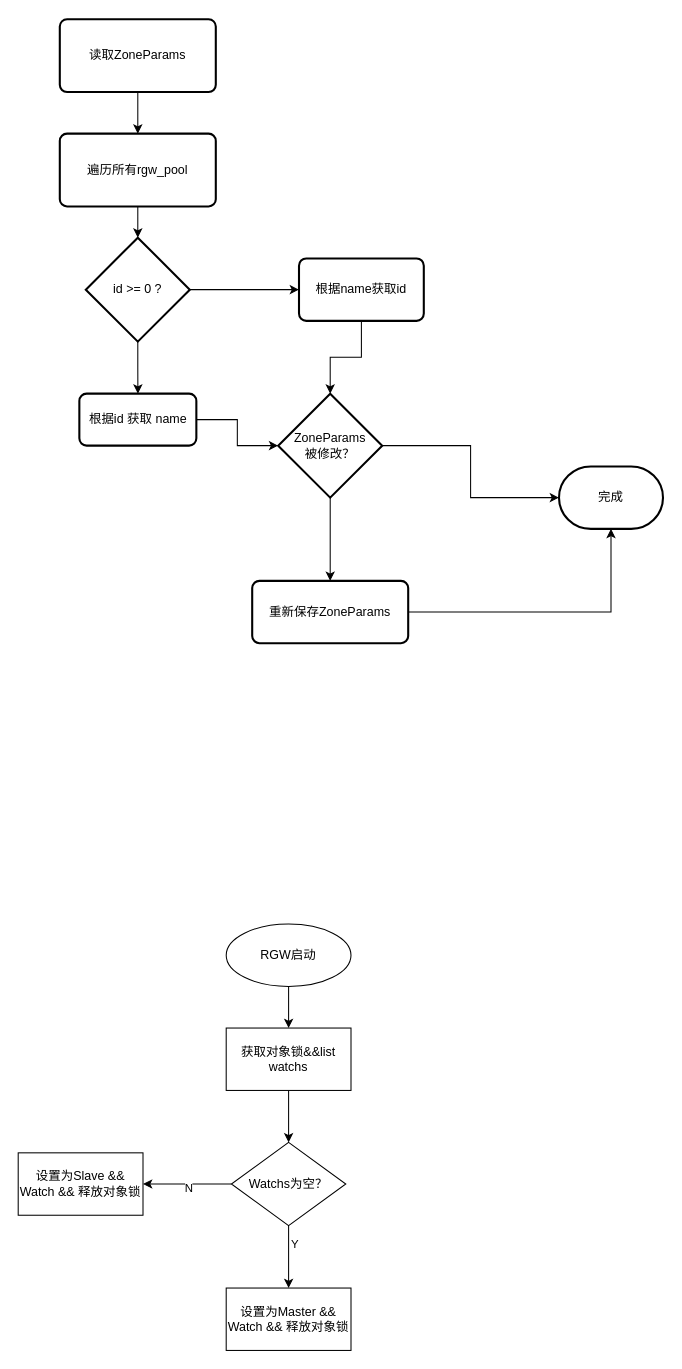
Earlier version of the draw.io diagram page "第 1 页" (1 of 9) of leveldb.drawio (liutimo/images_bed). Source tidied: cells renumbered, new cells numbered last; positions are measured from the earlier drawing's top-left corner, leaving out a move shared by most shapes. Both pictures are drawn from the tidied source at 104%, with x=0, y=0 at pixel (18, 19).
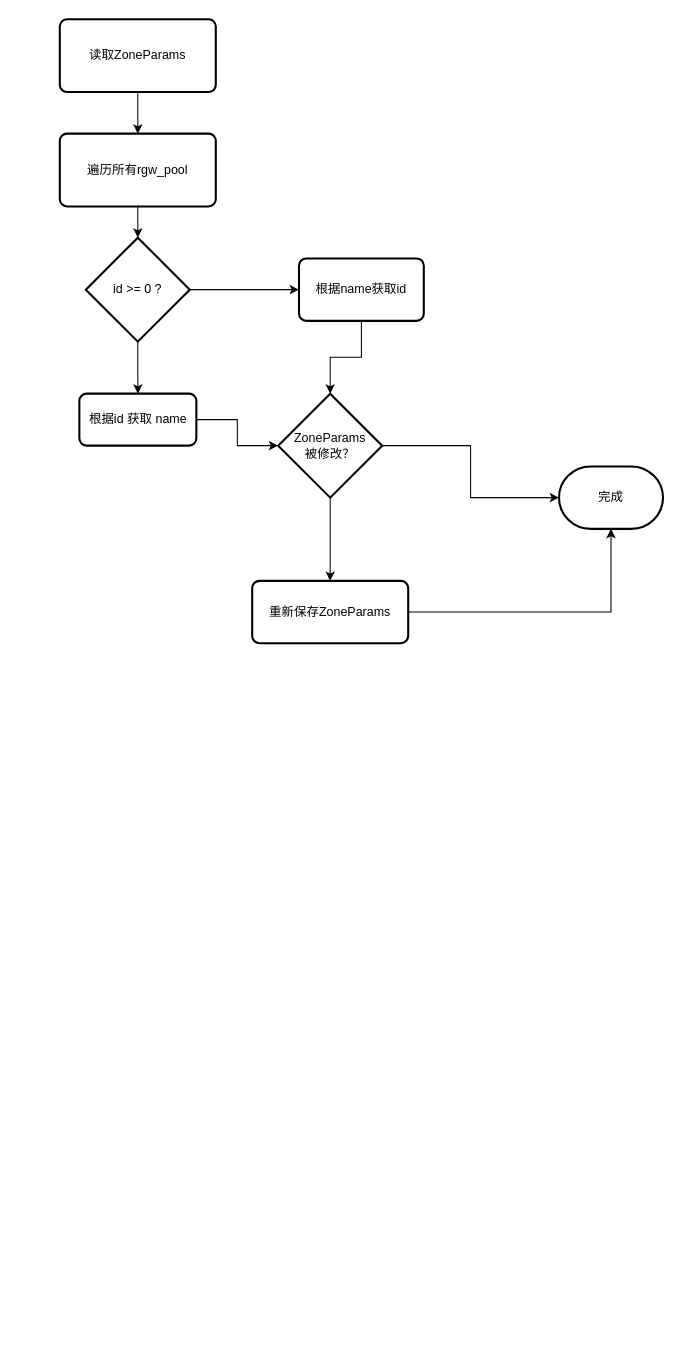
Above is the later version.

Change to the diagram source:
```diff
@@
-    <mxCell id="19" style="edgeStyle=orthogonalEdgeStyle;rounded=0;jettySize=auto;html=1;" parent="1" edge="1" source="20" target="22">
-      <mxGeometry relative="1" as="geometry" />
-    </mxCell>
-    <mxCell id="20" value="RGW启动" style="ellipse;whiteSpace=wrap;html=1;" parent="1" vertex="1">
-      <mxGeometry x="200" y="870" width="120" height="60" as="geometry" />
-    </mxCell>
-    <mxCell id="21" style="edgeStyle=orthogonalEdgeStyle;rounded=0;jettySize=auto;html=1;" parent="1" edge="1" source="22" target="27">
-      <mxGeometry relative="1" as="geometry" />
-    </mxCell>
-    <mxCell id="22" value="获取对象锁&amp;amp;&amp;amp;list watchs" style="whiteSpace=wrap;html=1;" parent="1" vertex="1">
-      <mxGeometry x="200" y="970" width="120" height="60" as="geometry" />
-    </mxCell>
-    <mxCell id="23" style="edgeStyle=orthogonalEdgeStyle;rounded=0;jettySize=auto;html=1;" parent="1" edge="1" source="27" target="28">
-      <mxGeometry relative="1" as="geometry" />
-    </mxCell>
-    <mxCell id="24" value="Y" style="edgeLabel;html=1;align=center;verticalAlign=middle;" parent="23" vertex="1">
-      <mxGeometry x="-0.43" y="5" relative="1" as="geometry" />
-    </mxCell>
-    <mxCell id="25" style="edgeStyle=orthogonalEdgeStyle;rounded=0;jettySize=auto;html=1;" parent="1" edge="1" source="27" target="29">
-      <mxGeometry relative="1" as="geometry" />
-    </mxCell>
-    <mxCell id="26" value="N" style="edgeLabel;html=1;align=center;verticalAlign=middle;" parent="25" vertex="1">
-      <mxGeometry x="-0.01" y="3" relative="1" as="geometry" />
-    </mxCell>
-    <mxCell id="27" value="Watchs为空？" style="rhombus;whiteSpace=wrap;html=1;" parent="1" vertex="1">
-      <mxGeometry x="205" y="1080" width="110" height="80" as="geometry" />
-    </mxCell>
-    <mxCell id="28" value="设置为Master &amp;amp;&amp;amp; Watch &amp;amp;&amp;amp; 释放对象锁" style="whiteSpace=wrap;html=1;" parent="1" vertex="1">
-      <mxGeometry x="200" y="1220" width="120" height="60" as="geometry" />
-    </mxCell>
-    <mxCell id="29" value="设置为Slave &amp;amp;&amp;amp; Watch &amp;amp;&amp;amp; 释放对象锁" style="whiteSpace=wrap;html=1;" parent="1" vertex="1">
-      <mxGeometry y="1090" width="120" height="60" as="geometry" />
-    </mxCell>
```
